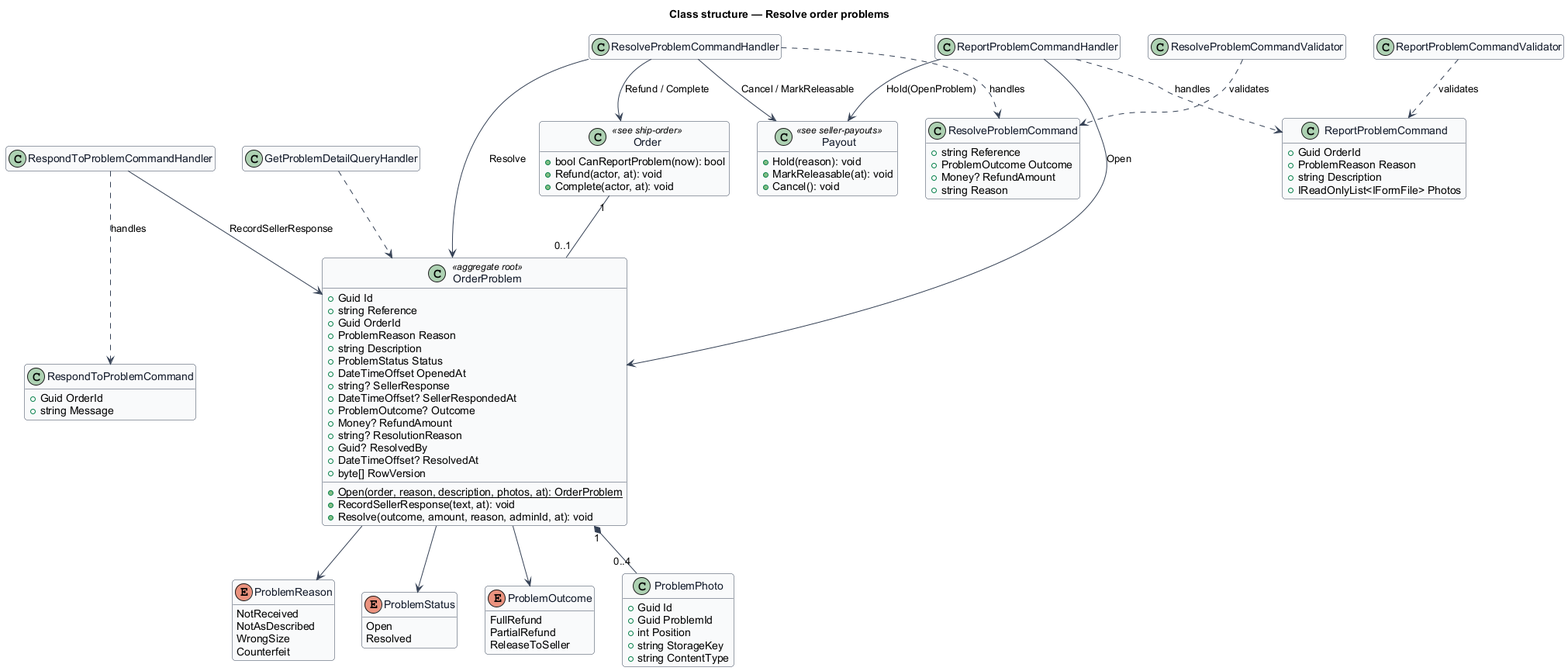
Before: docs/detailed-designs/orders/resolve-order-problems/diagrams/class-structure.png, a diagram exported from PlantUML (QuinntyneBrown/12l).
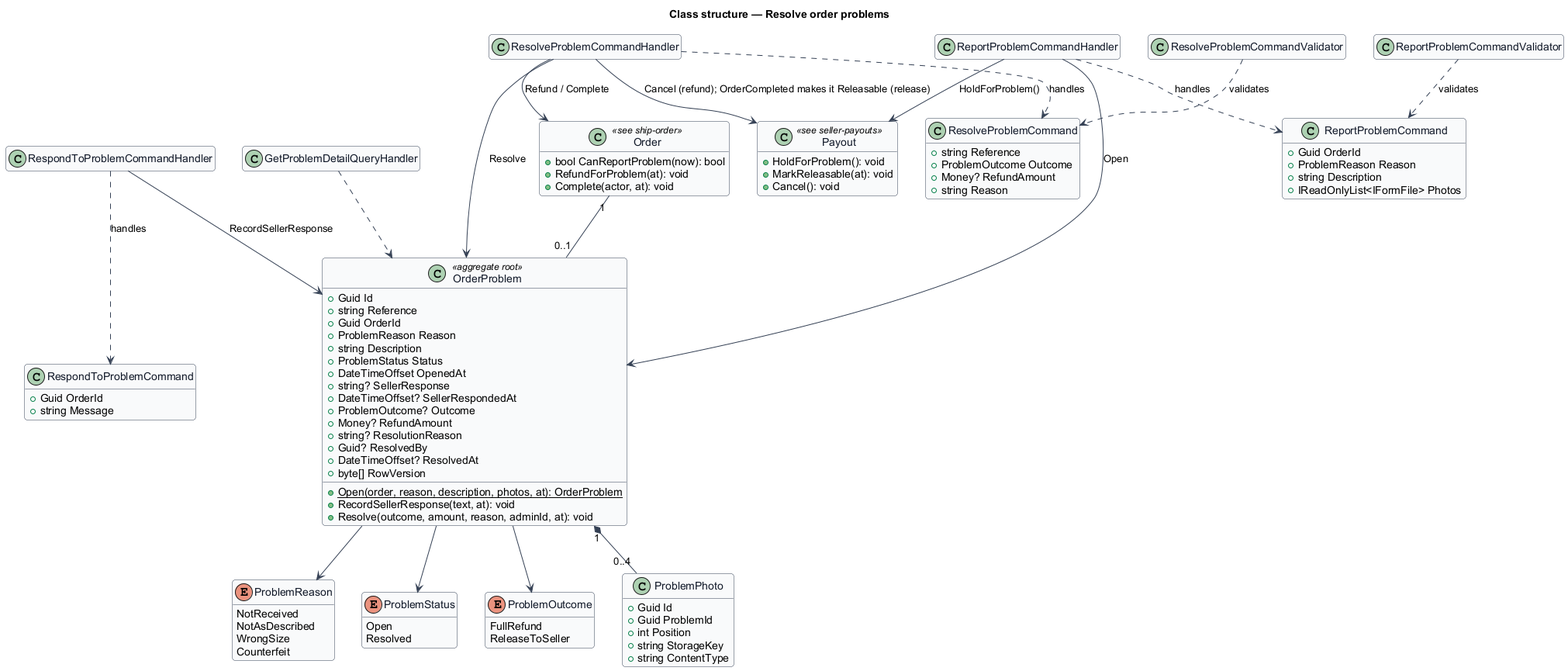
Later version of the same file.

Change to the diagram source:
```diff
@@ -24,7 +24,6 @@
 }
 enum ProblemOutcome {
   FullRefund
-  PartialRefund
   ReleaseToSeller
 }
 class OrderProblem <<aggregate root>> {
@@ -56,11 +55,11 @@
 }
 class Order <<see ship-order>> {
   +bool CanReportProblem(now): bool
-  +Refund(actor, at): void
+  +RefundForProblem(at): void
   +Complete(actor, at): void
 }
 class Payout <<see seller-payouts>> {
-  +Hold(reason): void
+  +HoldForProblem(): void
   +MarkReleasable(at): void
   +Cancel(): void
 }
@@ -94,13 +93,13 @@
 ReportProblemCommandHandler ..> ReportProblemCommand : handles
 ReportProblemCommandValidator ..> ReportProblemCommand : validates
 ReportProblemCommandHandler --> OrderProblem : Open
-ReportProblemCommandHandler --> Payout : Hold(OpenProblem)
+ReportProblemCommandHandler --> Payout : HoldForProblem()
 RespondToProblemCommandHandler ..> RespondToProblemCommand : handles
 RespondToProblemCommandHandler --> OrderProblem : RecordSellerResponse
 ResolveProblemCommandHandler ..> ResolveProblemCommand : handles
 ResolveProblemCommandValidator ..> ResolveProblemCommand : validates
 ResolveProblemCommandHandler --> OrderProblem : Resolve
 ResolveProblemCommandHandler --> Order : Refund / Complete
-ResolveProblemCommandHandler --> Payout : Cancel / MarkReleasable
+ResolveProblemCommandHandler --> Payout : Cancel (refund); OrderCompleted makes it Releasable (release)
 GetProblemDetailQueryHandler ..> OrderProblem
 @enduml
```
